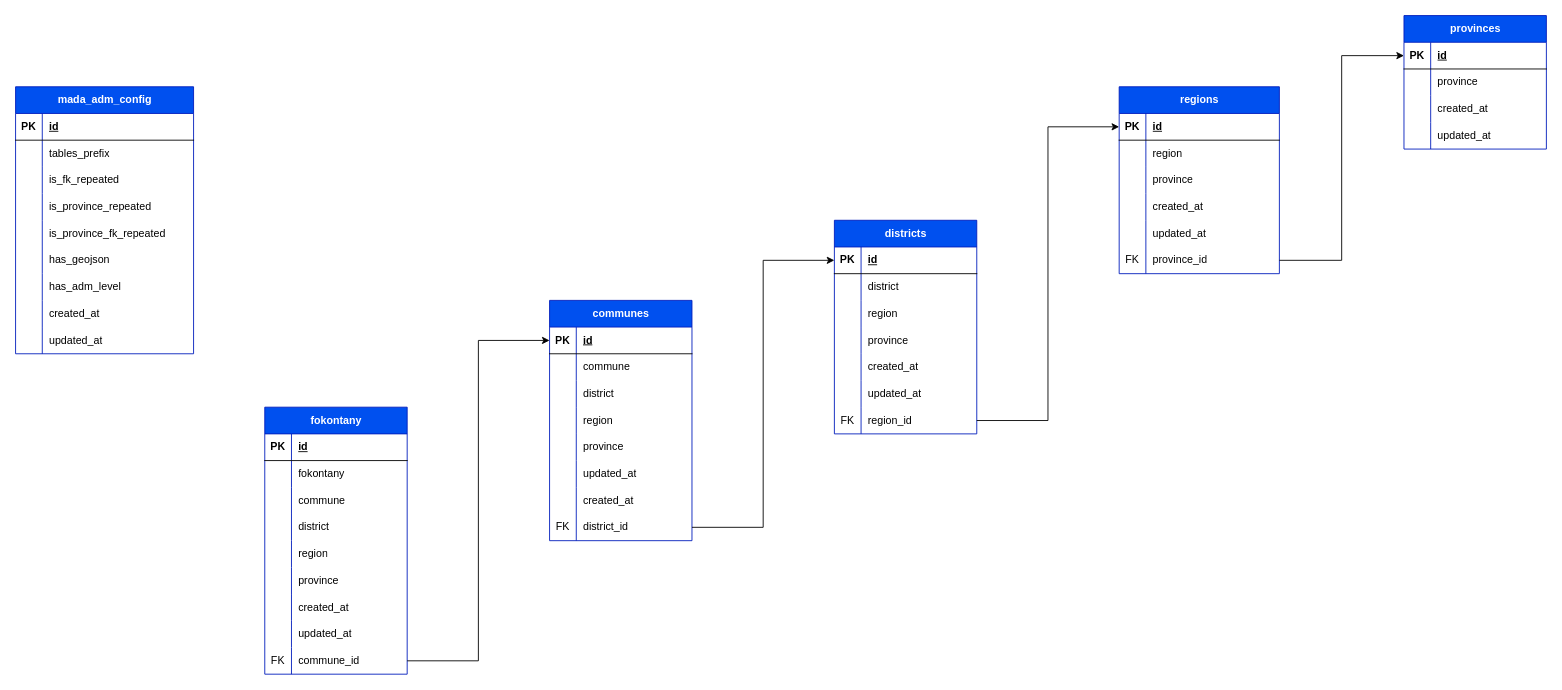
AmazingTool777-911/mada-adm keeps this draw.io diagram as page "isProvinceRepeated" (2 of 7) of diagrams/database.drawio. Above is the earlier version. Source tidied: cells renumbered, new cells numbered last; positions are measured from the earlier drawing's top-left corner, leaving out a move shared by most shapes. Both pictures are drawn from the tidied source at 89%, with x=0, y=0 at pixel (15, 15).
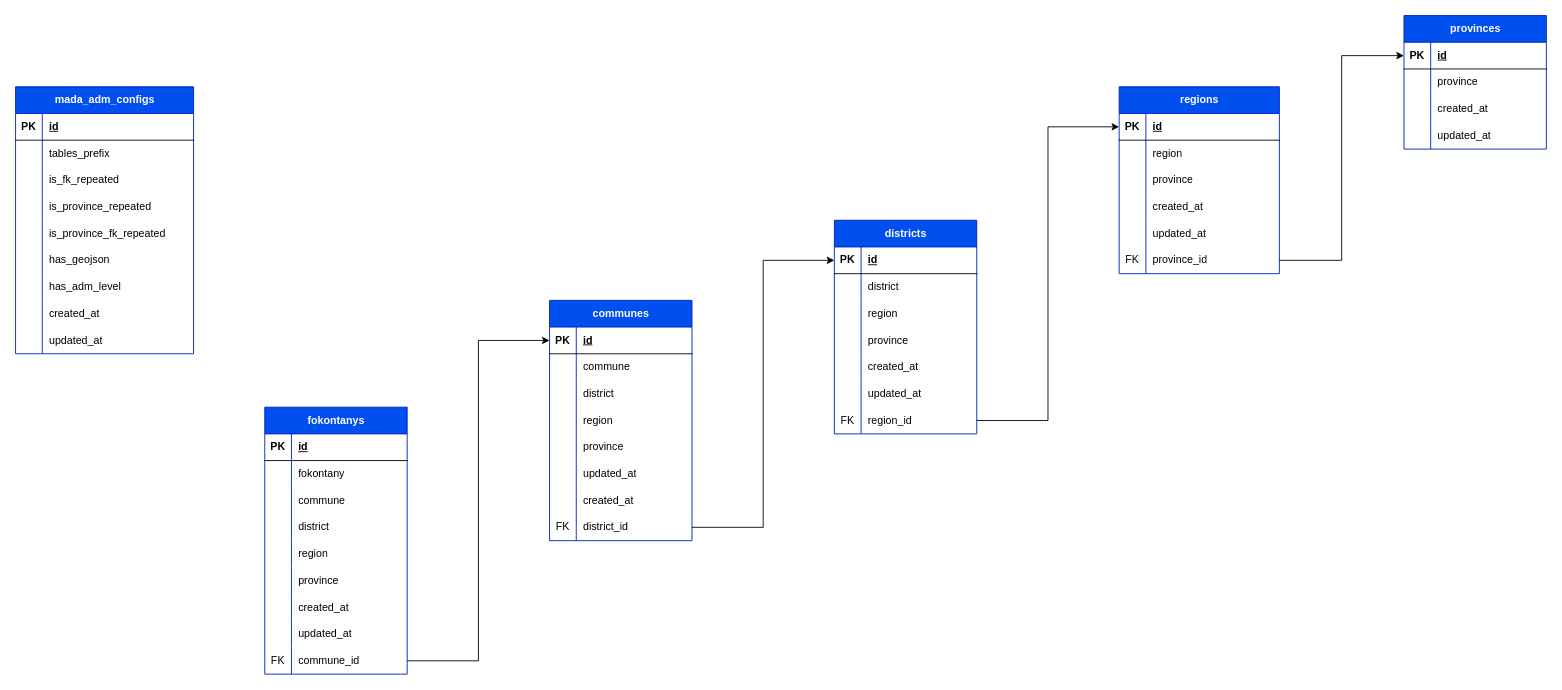
The same page after the edit.

Change to the diagram source:
```diff
@@
-    <mxCell id="2" value="fokontany" style="shape=table;startSize=30;childLayout=tableLayout;rowLines=0;fontStyle=1;align=center;html=1;fillColor=#0050ef;fontColor=#ffffff;strokeColor=#001DBC;" parent="1" vertex="1">
+    <mxCell id="2" value="fokontanys" style="shape=table;startSize=30;childLayout=tableLayout;rowLines=0;fontStyle=1;align=center;html=1;fillColor=#0050ef;fontColor=#ffffff;strokeColor=#001DBC;" parent="1" vertex="1">
       <mxGeometry x="280" y="440" width="160" height="300" as="geometry" />
     </mxCell>
@@
-    <mxCell id="112" value="mada_adm_config" style="shape=table;startSize=30;childLayout=tableLayout;rowLines=0;fontStyle=1;align=center;html=1;fillColor=#0050ef;fontColor=#ffffff;strokeColor=#001DBC;" parent="1" vertex="1">
+    <mxCell id="112" value="mada_adm_configs" style="shape=table;startSize=30;childLayout=tableLayout;rowLines=0;fontStyle=1;align=center;html=1;fillColor=#0050ef;fontColor=#ffffff;strokeColor=#001DBC;" parent="1" vertex="1">
       <mxGeometry y="80" width="200" height="300" as="geometry" />
     </mxCell>
```
